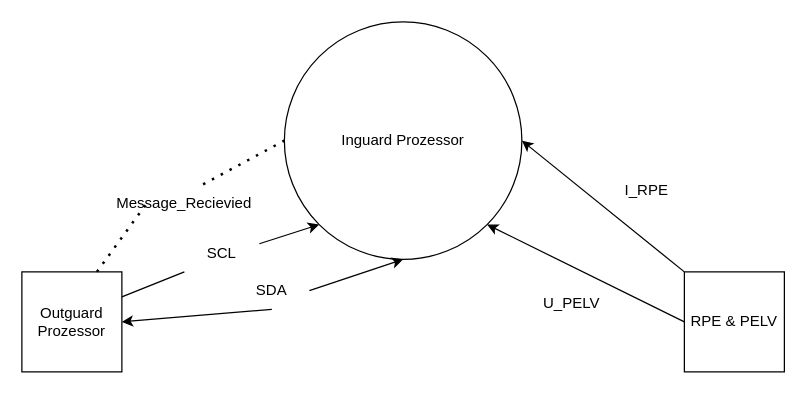
This is Kontext Inguard.drawio from Lostqw1/Funfun, a draw.io file, before an edit. Source tidied: cells renumbered, new cells numbered last; positions are measured from the earlier drawing's top-left corner, leaving out a move shared by most shapes. Both pictures are drawn from the tidied source at 125%, with x=0, y=0 at pixel (21, 21).
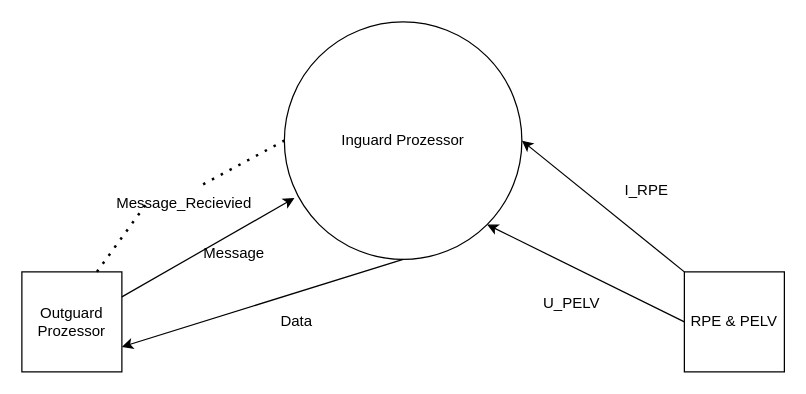
After the change.

Diff of the diagram source:
```diff
@@
 <mxGraphModel>
   <root>
     <mxCell id="0" />
     <mxCell id="1" parent="0" />
     <mxCell id="2" value="Inguard Prozessor" style="ellipse;whiteSpace=wrap;html=1;" parent="1" vertex="1">
       <mxGeometry x="210" width="190" height="190" as="geometry" />
     </mxCell>
     <mxCell id="3" value="Outguard&lt;br&gt;Prozessor" style="whiteSpace=wrap;html=1;" parent="1" vertex="1">
       <mxGeometry y="200" width="80" height="80" as="geometry" />
     </mxCell>
     <mxCell id="4" style="endArrow=none;dashed=1;html=1;dashPattern=1 3;strokeWidth=2;rounded=0;exitX=0.75;exitY=0;exitDx=0;exitDy=0;entryX=0;entryY=0.5;entryDx=0;entryDy=0;startArrow=none;" parent="1" edge="1" source="7" target="2">
       <mxGeometry relative="1" as="geometry" />
     </mxCell>
-    <mxCell id="5" style="endArrow=classic;html=1;rounded=0;exitX=1;exitY=0.25;exitDx=0;exitDy=0;entryX=0;entryY=1;entryDx=0;entryDy=0;startArrow=none;" parent="1" edge="1" source="9" target="2">
-      <mxGeometry relative="1" as="geometry" />
-    </mxCell>
-    <mxCell id="6" style="endArrow=classic;startArrow=none;html=1;rounded=0;exitX=1;exitY=0.5;exitDx=0;exitDy=0;entryX=0.5;entryY=1;entryDx=0;entryDy=0;" parent="1" edge="1" source="11" target="2">
-      <mxGeometry relative="1" as="geometry" />
-    </mxCell>
     <mxCell id="7" value="Message_Recievied" style="text;html=1;strokeColor=none;fillColor=none;align=center;verticalAlign=middle;whiteSpace=wrap;rounded=0;" parent="1" vertex="1">
       <mxGeometry x="100" y="130" width="60" height="30" as="geometry" />
     </mxCell>
     <mxCell id="8" style="endArrow=none;dashed=1;html=1;dashPattern=1 3;strokeWidth=2;rounded=0;exitX=0.75;exitY=0;exitDx=0;exitDy=0;entryX=0;entryY=0.5;entryDx=0;entryDy=0;" parent="1" edge="1" source="3" target="7">
       <mxGeometry relative="1" as="geometry" />
     </mxCell>
-    <mxCell id="9" value="SCL" style="text;html=1;strokeColor=none;fillColor=none;align=center;verticalAlign=middle;whiteSpace=wrap;rounded=0;" parent="1" vertex="1">
-      <mxGeometry x="130" y="170" width="60" height="30" as="geometry" />
-    </mxCell>
-    <mxCell id="10" style="endArrow=none;html=1;rounded=0;exitX=1;exitY=0.25;exitDx=0;exitDy=0;entryX=0;entryY=1;entryDx=0;entryDy=0;" parent="1" edge="1" source="3" target="9">
-      <mxGeometry relative="1" as="geometry" />
-    </mxCell>
-    <mxCell id="11" value="SDA" style="text;html=1;strokeColor=none;fillColor=none;align=center;verticalAlign=middle;whiteSpace=wrap;rounded=0;" parent="1" vertex="1">
-      <mxGeometry x="170" y="200" width="60" height="30" as="geometry" />
-    </mxCell>
-    <mxCell id="12" style="endArrow=none;startArrow=classic;html=1;rounded=0;exitX=1;exitY=0.5;exitDx=0;exitDy=0;entryX=0.5;entryY=1;entryDx=0;entryDy=0;" parent="1" edge="1" source="3" target="11">
-      <mxGeometry relative="1" as="geometry" />
-    </mxCell>
     <mxCell id="13" value="RPE &amp;amp; PELV" style="whiteSpace=wrap;html=1;" parent="1" vertex="1">
       <mxGeometry x="530" y="200" width="80" height="80" as="geometry" />
     </mxCell>
     <mxCell id="14" style="endArrow=classic;html=1;rounded=0;entryX=1;entryY=0.5;entryDx=0;entryDy=0;exitX=0;exitY=0;exitDx=0;exitDy=0;" parent="1" edge="1" source="13" target="2">
       <mxGeometry relative="1" as="geometry" />
     </mxCell>
     <mxCell id="15" value="I_RPE" style="text;html=1;strokeColor=none;fillColor=none;align=center;verticalAlign=middle;whiteSpace=wrap;rounded=0;" parent="1" vertex="1">
       <mxGeometry x="470" y="120" width="60" height="30" as="geometry" />
     </mxCell>
     <mxCell id="16" style="endArrow=classic;html=1;rounded=0;entryX=1;entryY=1;entryDx=0;entryDy=0;exitX=0;exitY=0.5;exitDx=0;exitDy=0;" parent="1" edge="1" source="13" target="2">
       <mxGeometry relative="1" as="geometry" />
     </mxCell>
     <mxCell id="17" value="U_PELV" style="text;html=1;strokeColor=none;fillColor=none;align=center;verticalAlign=middle;whiteSpace=wrap;rounded=0;" parent="1" vertex="1">
       <mxGeometry x="410" y="210" width="60" height="30" as="geometry" />
     </mxCell>
+    <mxCell id="18" style="endArrow=classic;html=1;rounded=0;exitX=1;exitY=0.25;exitDx=0;exitDy=0;entryX=0.042;entryY=0.742;entryDx=0;entryDy=0;entryPerimeter=0;" parent="1" edge="1" source="3" target="2">
+      <mxGeometry relative="1" as="geometry" />
+    </mxCell>
+    <mxCell id="19" value="Message" style="text;html=1;strokeColor=none;fillColor=none;align=center;verticalAlign=middle;whiteSpace=wrap;rounded=0;" parent="1" vertex="1">
+      <mxGeometry x="140" y="170" width="60" height="30" as="geometry" />
+    </mxCell>
+    <mxCell id="20" style="endArrow=classic;html=1;rounded=0;entryX=1;entryY=0.75;entryDx=0;entryDy=0;exitX=0.5;exitY=1;exitDx=0;exitDy=0;" parent="1" edge="1" source="2" target="3">
+      <mxGeometry relative="1" as="geometry" />
+    </mxCell>
+    <mxCell id="21" value="Data" style="text;html=1;strokeColor=none;fillColor=none;align=center;verticalAlign=middle;whiteSpace=wrap;rounded=0;" parent="1" vertex="1">
+      <mxGeometry x="190" y="225" width="60" height="30" as="geometry" />
+    </mxCell>
   </root>
 </mxGraphModel>
```
